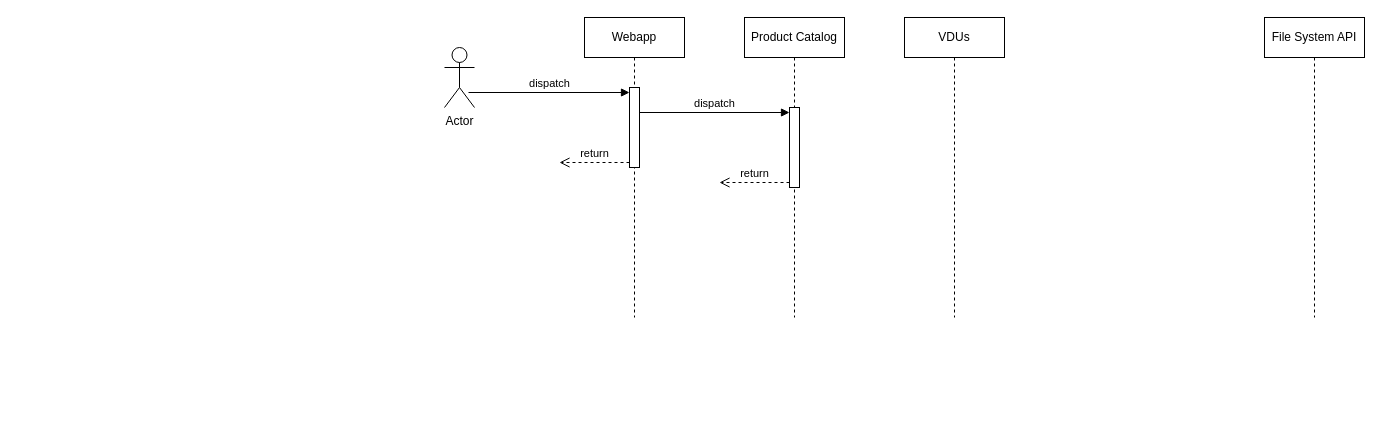
This is page "UseCase" (4 of 5) of OCS100M/OCS4.0100M.drawio from duongbkak55/work, a draw.io file, before an edit. Source tidied: cells renumbered, new cells numbered last; positions are measured from the earlier drawing's top-left corner, leaving out a move shared by most shapes. Both pictures are drawn from the tidied source at 100%, with x=0, y=0 at pixel (444, 17).
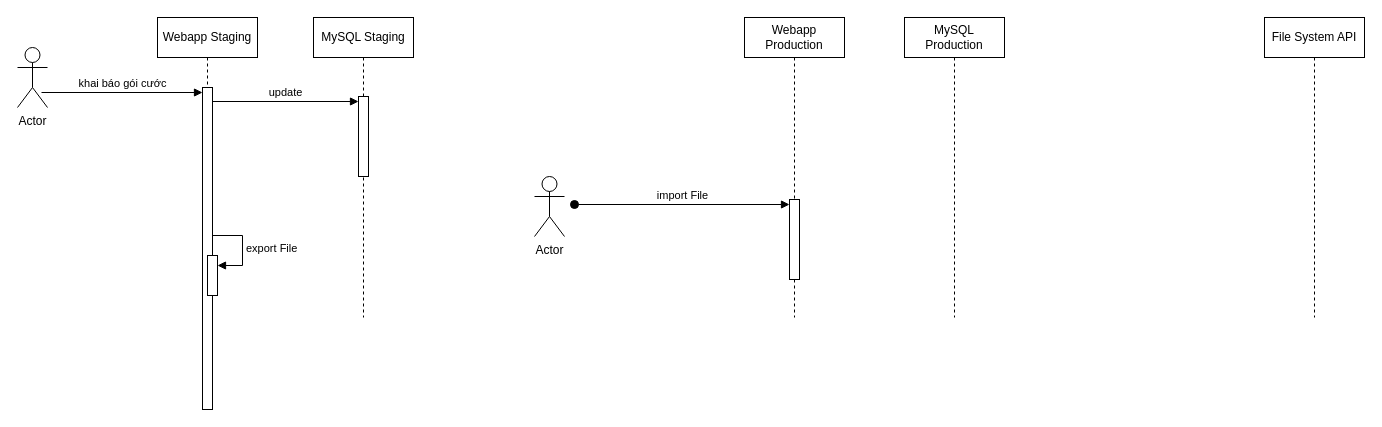
The same page after the edit.

Change to the diagram source:
```diff
@@
 <mxGraphModel>
   <root>
     <mxCell id="0" />
     <mxCell id="1" parent="0" />
     <mxCell id="2" value="Actor" style="shape=umlActor;verticalLabelPosition=bottom;verticalAlign=top;html=1;" parent="1" vertex="1">
-      <mxGeometry y="30" width="30" height="60" as="geometry" />
+      <mxGeometry x="-427" y="30" width="30" height="60" as="geometry" />
     </mxCell>
-    <mxCell id="3" value="Webapp" style="shape=umlLifeline;perimeter=lifelinePerimeter;whiteSpace=wrap;html=1;newEdgeStyle={&quot;curved&quot;:0,&quot;rounded&quot;:0};" parent="1" vertex="1">
-      <mxGeometry x="140" width="100" height="300" as="geometry" />
+    <mxCell id="3" value="Webapp Staging" style="shape=umlLifeline;perimeter=lifelinePerimeter;whiteSpace=wrap;html=1;newEdgeStyle={&quot;curved&quot;:0,&quot;rounded&quot;:0};" parent="1" vertex="1">
+      <mxGeometry x="-287" width="100" height="392" as="geometry" />
     </mxCell>
     <mxCell id="4" style="html=1;points=[[0,0,0,0,5],[0,1,0,0,-5],[1,0,0,0,5],[1,1,0,0,-5]];perimeter=orthogonalPerimeter;outlineConnect=0;targetShapes=umlLifeline;portConstraint=eastwest;newEdgeStyle={&quot;curved&quot;:0,&quot;rounded&quot;:0};" parent="3" vertex="1">
-      <mxGeometry x="45" y="70" width="10" height="80" as="geometry" />
+      <mxGeometry x="45" y="70" width="10" height="322" as="geometry" />
     </mxCell>
-    <mxCell id="5" value="return" style="html=1;verticalAlign=bottom;endArrow=open;dashed=1;endSize=8;curved=0;rounded=0;exitX=0;exitY=1;exitDx=0;exitDy=-5;" parent="3" edge="1" source="4">
-      <mxGeometry relative="1" as="geometry">
-        <mxPoint x="-25" y="145" as="targetPoint" />
-      </mxGeometry>
-    </mxCell>
+    <mxCell id="13" style="html=1;points=[[0,0,0,0,5],[0,1,0,0,-5],[1,0,0,0,5],[1,1,0,0,-5]];perimeter=orthogonalPerimeter;outlineConnect=0;targetShapes=umlLifeline;portConstraint=eastwest;newEdgeStyle={&quot;curved&quot;:0,&quot;rounded&quot;:0};" parent="3" vertex="1">
+      <mxGeometry x="50" y="238" width="10" height="40" as="geometry" />
+    </mxCell>
+    <mxCell id="14" value="export File" style="html=1;align=left;spacingLeft=2;endArrow=block;rounded=0;edgeStyle=orthogonalEdgeStyle;curved=0;rounded=0;" parent="3" edge="1" target="13">
+      <mxGeometry x="0.01" relative="1" as="geometry">
+        <mxPoint x="55" y="218" as="sourcePoint" />
+        <Array as="points">
+          <mxPoint x="85" y="248" />
+        </Array>
+      </mxGeometry>
+    </mxCell>
-    <mxCell id="6" value="Product Catalog" style="shape=umlLifeline;perimeter=lifelinePerimeter;whiteSpace=wrap;html=1;newEdgeStyle={&quot;curved&quot;:0,&quot;rounded&quot;:0};" parent="1" vertex="1">
+    <mxCell id="6" value="Webapp Production" style="shape=umlLifeline;perimeter=lifelinePerimeter;whiteSpace=wrap;html=1;newEdgeStyle={&quot;curved&quot;:0,&quot;rounded&quot;:0};" parent="1" vertex="1">
       <mxGeometry x="300" width="100" height="300" as="geometry" />
     </mxCell>
-    <mxCell id="7" style="html=1;points=[[0,0,0,0,5],[0,1,0,0,-5],[1,0,0,0,5],[1,1,0,0,-5]];perimeter=orthogonalPerimeter;outlineConnect=0;targetShapes=umlLifeline;portConstraint=eastwest;newEdgeStyle={&quot;curved&quot;:0,&quot;rounded&quot;:0};" parent="6" vertex="1">
-      <mxGeometry x="45" y="90" width="10" height="80" as="geometry" />
-    </mxCell>
-    <mxCell id="8" value="return" style="html=1;verticalAlign=bottom;endArrow=open;dashed=1;endSize=8;curved=0;rounded=0;exitX=0;exitY=1;exitDx=0;exitDy=-5;" parent="6" edge="1" source="7">
-      <mxGeometry relative="1" as="geometry">
-        <mxPoint x="-25" y="165" as="targetPoint" />
-      </mxGeometry>
-    </mxCell>
+    <mxCell id="15" style="html=1;points=[[0,0,0,0,5],[0,1,0,0,-5],[1,0,0,0,5],[1,1,0,0,-5]];perimeter=orthogonalPerimeter;outlineConnect=0;targetShapes=umlLifeline;portConstraint=eastwest;newEdgeStyle={&quot;curved&quot;:0,&quot;rounded&quot;:0};" parent="6" vertex="1">
+      <mxGeometry x="45" y="182" width="10" height="80" as="geometry" />
+    </mxCell>
+    <mxCell id="16" value="import File" style="html=1;verticalAlign=bottom;startArrow=oval;endArrow=block;startSize=8;curved=0;rounded=0;entryX=0;entryY=0;entryDx=0;entryDy=5;" parent="6" edge="1" target="15">
+      <mxGeometry relative="1" as="geometry">
+        <mxPoint x="-170" y="187" as="sourcePoint" />
+      </mxGeometry>
+    </mxCell>
     <mxCell id="9" value="File System API" style="shape=umlLifeline;perimeter=lifelinePerimeter;whiteSpace=wrap;html=1;newEdgeStyle={&quot;curved&quot;:0,&quot;rounded&quot;:0};" parent="1" vertex="1">
       <mxGeometry x="820" width="100" height="300" as="geometry" />
     </mxCell>
-    <mxCell id="10" value="VDUs" style="shape=umlLifeline;perimeter=lifelinePerimeter;whiteSpace=wrap;html=1;newEdgeStyle={&quot;curved&quot;:0,&quot;rounded&quot;:0};" parent="1" vertex="1">
+    <mxCell id="10" value="MySQL Production" style="shape=umlLifeline;perimeter=lifelinePerimeter;whiteSpace=wrap;html=1;newEdgeStyle={&quot;curved&quot;:0,&quot;rounded&quot;:0};" parent="1" vertex="1">
       <mxGeometry x="460" width="100" height="300" as="geometry" />
     </mxCell>
-    <mxCell id="11" value="dispatch" style="html=1;verticalAlign=bottom;endArrow=block;curved=0;rounded=0;entryX=0;entryY=0;entryDx=0;entryDy=5;exitX=0.8;exitY=0.75;exitDx=0;exitDy=0;exitPerimeter=0;" parent="1" edge="1" source="2" target="4">
+    <mxCell id="11" value="khai báo gói cước" style="html=1;verticalAlign=bottom;endArrow=block;curved=0;rounded=0;entryX=0;entryY=0;entryDx=0;entryDy=5;exitX=0.8;exitY=0.75;exitDx=0;exitDy=0;exitPerimeter=0;" parent="1" edge="1" source="2" target="4">
       <mxGeometry relative="1" as="geometry" />
     </mxCell>
-    <mxCell id="12" value="dispatch" style="html=1;verticalAlign=bottom;endArrow=block;curved=0;rounded=0;entryX=0;entryY=0;entryDx=0;entryDy=5;" parent="1" edge="1" source="4" target="7">
-      <mxGeometry relative="1" as="geometry" />
-    </mxCell>
+    <mxCell id="17" value="MySQL Staging" style="shape=umlLifeline;perimeter=lifelinePerimeter;whiteSpace=wrap;html=1;newEdgeStyle={&quot;curved&quot;:0,&quot;rounded&quot;:0};" parent="1" vertex="1">
+      <mxGeometry x="-131" width="100" height="300" as="geometry" />
+    </mxCell>
+    <mxCell id="18" style="html=1;points=[[0,0,0,0,5],[0,1,0,0,-5],[1,0,0,0,5],[1,1,0,0,-5]];perimeter=orthogonalPerimeter;outlineConnect=0;targetShapes=umlLifeline;portConstraint=eastwest;newEdgeStyle={&quot;curved&quot;:0,&quot;rounded&quot;:0};" parent="17" vertex="1">
+      <mxGeometry x="45" y="79" width="10" height="80" as="geometry" />
+    </mxCell>
+    <mxCell id="19" value="update" style="html=1;verticalAlign=bottom;endArrow=block;curved=0;rounded=0;entryX=0;entryY=0;entryDx=0;entryDy=5;" parent="1" edge="1" source="4" target="18">
+      <mxGeometry relative="1" as="geometry" />
+    </mxCell>
+    <mxCell id="20" value="Actor" style="shape=umlActor;verticalLabelPosition=bottom;verticalAlign=top;html=1;" parent="1" vertex="1">
+      <mxGeometry x="90" y="159" width="30" height="60" as="geometry" />
+    </mxCell>
   </root>
 </mxGraphModel>
```
